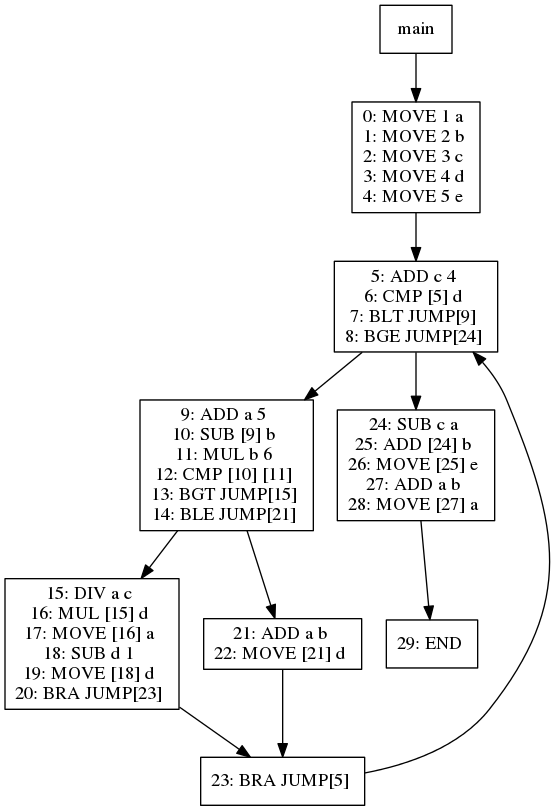
The Graphviz diagram viz/test023.dot.png in jiahanwang/PL241-Compiler, before a commit. Its source is kept beside it as viz/test023.dot. Source of this version:
```dot
digraph test023 {
node [shape=box]
405[label="main"]
405 -> 407
407[label="0: MOVE 1 a
1: MOVE 2 b
2: MOVE 3 c
3: MOVE 4 d
4: MOVE 5 e
"]
407 -> 412
412[label="5: ADD c 4
6: CMP [5] d
7: BLT JUMP[9]
8: BGE JUMP[24]
"]
412 -> 414
414[label="9: ADD a 5
10: SUB [9] b
11: MUL b 6
12: CMP [10] [11]
13: BGT JUMP[15]
14: BLE JUMP[21]
"]
414 -> 416
416[label="15: DIV a c
16: MUL [15] d
17: MOVE [16] a
18: SUB d 1
19: MOVE [18] d
20: BRA JUMP[23]
"]
416 -> 415
415[label="23: BRA JUMP[5]
"]
415 -> 412
414 -> 418
418[label="21: ADD a b
22: MOVE [21] d
"]
418 -> 415
412 -> 413
413[label="24: SUB c a
25: ADD [24] b
26: MOVE [25] e
27: ADD a b
28: MOVE [27] a
"]
413 -> 421
421[label="29: END
"]
}
```
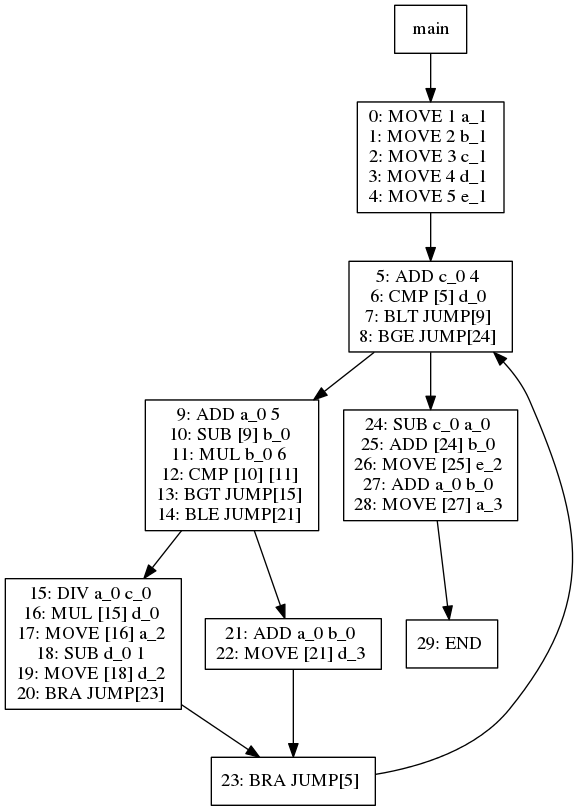
Later version of the same file.

Diff of the diagram source:
```diff
@@ -1,52 +1,52 @@
 digraph test023 {
 node [shape=box]
-405[label="main"]
-405 -> 407
-407[label="0: MOVE 1 a
-1: MOVE 2 b
-2: MOVE 3 c
-3: MOVE 4 d
-4: MOVE 5 e
+1[label="main"]
+1 -> 3
+3[label="0: MOVE 1 a_1
+1: MOVE 2 b_1
+2: MOVE 3 c_1
+3: MOVE 4 d_1
+4: MOVE 5 e_1
 "]
-407 -> 412
-412[label="5: ADD c 4
-6: CMP [5] d
+3 -> 8
+8[label="5: ADD c_0 4
+6: CMP [5] d_0
 7: BLT JUMP[9]
 8: BGE JUMP[24]
 "]
-412 -> 414
-414[label="9: ADD a 5
-10: SUB [9] b
-11: MUL b 6
+8 -> 10
+10[label="9: ADD a_0 5
+10: SUB [9] b_0
+11: MUL b_0 6
 12: CMP [10] [11]
 13: BGT JUMP[15]
 14: BLE JUMP[21]
 "]
-414 -> 416
-416[label="15: DIV a c
-16: MUL [15] d
-17: MOVE [16] a
-18: SUB d 1
-19: MOVE [18] d
+10 -> 12
+12[label="15: DIV a_0 c_0
+16: MUL [15] d_0
+17: MOVE [16] a_2
+18: SUB d_0 1
+19: MOVE [18] d_2
 20: BRA JUMP[23]
 "]
-416 -> 415
-415[label="23: BRA JUMP[5]
+12 -> 11
+11[label="23: BRA JUMP[5]
 "]
-415 -> 412
-414 -> 418
-418[label="21: ADD a b
-22: MOVE [21] d
+11 -> 8
+10 -> 14
+14[label="21: ADD a_0 b_0
+22: MOVE [21] d_3
 "]
-418 -> 415
-412 -> 413
-413[label="24: SUB c a
-25: ADD [24] b
-26: MOVE [25] e
-27: ADD a b
-28: MOVE [27] a
+14 -> 11
+8 -> 9
+9[label="24: SUB c_0 a_0
+25: ADD [24] b_0
+26: MOVE [25] e_2
+27: ADD a_0 b_0
+28: MOVE [27] a_3
 "]
-413 -> 421
-421[label="29: END
+9 -> 17
+17[label="29: END
 "]
 }
```
